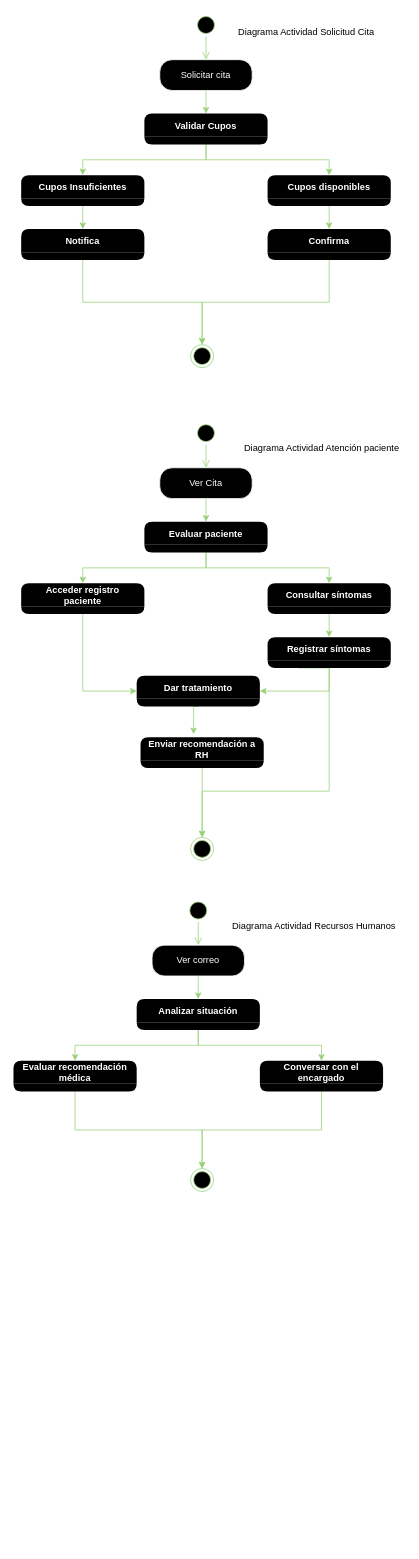
ElJason/Draw_Diagramas keeps this draw.io diagram as page "Actividades" (4 of 5) of ProyectoING.Softwarell/CasosdeUso.drawio. Above is the earlier version. Source tidied: cells renumbered, new cells numbered last; positions are measured from the earlier drawing's top-left corner, leaving out a move shared by most shapes. Both pictures are drawn from the tidied source at 77%, with x=0, y=0 at pixel (13, 13).
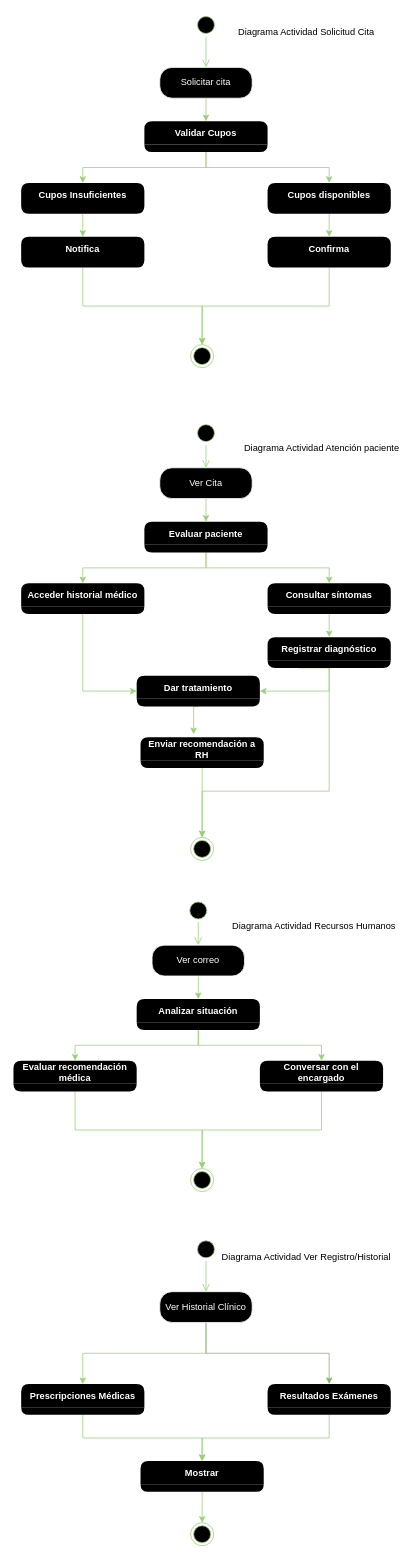
The same page after the edit.

Change to the diagram source:
```diff
@@
     <mxCell id="5" value="Solicitar cita" style="rounded=1;whiteSpace=wrap;html=1;arcSize=40;fontColor=#ffffff;fillColor=#000000;strokeColor=#FFFFFF;" parent="1" vertex="1">
-      <mxGeometry x="190" y="60" width="120" height="40" as="geometry" />
+      <mxGeometry x="190" y="70" width="120" height="40" as="geometry" />
     </mxCell>
@@
     <mxCell id="8" value="Cupos Insuficientes" style="swimlane;fontStyle=1;align=center;verticalAlign=middle;horizontal=1;startSize=30;fontColor=#FFFFFF;rounded=1;arcSize=50;strokeColor=none;fillColor=#000000;swimlaneFillColor=#000000;" parent="1" vertex="1">
-      <mxGeometry x="10" y="210" width="160" height="40" as="geometry" />
+      <mxGeometry x="10" y="220" width="160" height="40" as="geometry" />
     </mxCell>
@@
     <mxCell id="11" value="Validar Cupos" style="swimlane;fontStyle=1;align=center;verticalAlign=middle;horizontal=1;startSize=30;fontColor=#FFFFFF;rounded=1;arcSize=50;strokeColor=none;fillColor=#000000;swimlaneFillColor=#000000;" parent="1" vertex="1">
-      <mxGeometry x="170" y="130" width="160" height="40" as="geometry" />
+      <mxGeometry x="170" y="140" width="160" height="40" as="geometry" />
     </mxCell>
@@
     <mxCell id="13" value="Cupos disponibles" style="swimlane;fontStyle=1;align=center;verticalAlign=middle;horizontal=1;startSize=30;fontColor=#FFFFFF;rounded=1;arcSize=50;strokeColor=none;fillColor=#000000;swimlaneFillColor=#000000;" parent="1" vertex="1">
-      <mxGeometry x="330" y="210" width="160" height="40" as="geometry" />
+      <mxGeometry x="330" y="220" width="160" height="40" as="geometry" />
     </mxCell>
@@
     <mxCell id="15" value="Notifica" style="swimlane;fontStyle=1;align=center;verticalAlign=middle;horizontal=1;startSize=30;fontColor=#FFFFFF;rounded=1;arcSize=50;strokeColor=none;fillColor=#000000;swimlaneFillColor=#000000;" parent="1" vertex="1">
-      <mxGeometry x="10" y="280" width="160" height="40" as="geometry" />
+      <mxGeometry x="10" y="290" width="160" height="40" as="geometry" />
     </mxCell>
@@
     <mxCell id="17" value="Confirma" style="swimlane;fontStyle=1;align=center;verticalAlign=middle;horizontal=1;startSize=30;fontColor=#FFFFFF;rounded=1;arcSize=50;strokeColor=none;fillColor=#000000;swimlaneFillColor=#000000;" parent="1" vertex="1">
-      <mxGeometry x="330" y="280" width="160" height="40" as="geometry" />
+      <mxGeometry x="330" y="290" width="160" height="40" as="geometry" />
     </mxCell>
@@
-    <mxCell id="25" value="Acceder registro&#10;paciente" style="swimlane;fontStyle=1;align=center;verticalAlign=middle;horizontal=1;startSize=30;fontColor=#FFFFFF;rounded=1;arcSize=50;strokeColor=none;fillColor=#000000;swimlaneFillColor=#000000;" parent="1" vertex="1">
+    <mxCell id="25" value="Acceder historial médico" style="swimlane;fontStyle=1;align=center;verticalAlign=middle;horizontal=1;startSize=30;fontColor=#FFFFFF;rounded=1;arcSize=50;strokeColor=none;fillColor=#000000;swimlaneFillColor=#000000;" parent="1" vertex="1">
       <mxGeometry x="10" y="740" width="160" height="40" as="geometry" />
     </mxCell>
@@
-    <mxCell id="33" value="Registrar síntomas" style="swimlane;fontStyle=1;align=center;verticalAlign=middle;horizontal=1;startSize=30;fontColor=#FFFFFF;rounded=1;arcSize=50;strokeColor=none;fillColor=#000000;swimlaneFillColor=#000000;" parent="1" vertex="1">
+    <mxCell id="33" value="Registrar diagnóstico" style="swimlane;fontStyle=1;align=center;verticalAlign=middle;horizontal=1;startSize=30;fontColor=#FFFFFF;rounded=1;arcSize=50;strokeColor=none;fillColor=#000000;swimlaneFillColor=#000000;" parent="1" vertex="1">
       <mxGeometry x="330" y="810" width="160" height="40" as="geometry" />
     </mxCell>
@@
+    <mxCell id="52" style="ellipse;html=1;shape=startState;fillColor=#000000;strokeColor=#97D077;" parent="1" vertex="1">
+      <mxGeometry x="235" y="1590" width="30" height="30" as="geometry" />
+    </mxCell>
+    <mxCell id="53" style="edgeStyle=orthogonalEdgeStyle;html=1;verticalAlign=bottom;endArrow=open;endSize=8;strokeColor=#97D077;rounded=0;entryX=0.5;entryY=0;entryDx=0;entryDy=0;" parent="1" edge="1" source="52" target="56">
+      <mxGeometry relative="1" as="geometry" />
+    </mxCell>
+    <mxCell id="54" style="edgeStyle=orthogonalEdgeStyle;rounded=0;jettySize=auto;html=1;exitX=0.5;exitY=1;exitDx=0;exitDy=0;strokeColor=#97D077;fontColor=#ffffff;entryX=0.5;entryY=0;entryDx=0;entryDy=0;" parent="1" edge="1" source="56" target="59">
+      <mxGeometry relative="1" as="geometry" />
+    </mxCell>
+    <mxCell id="55" style="edgeStyle=orthogonalEdgeStyle;rounded=0;jettySize=auto;html=1;entryX=0.5;entryY=0;entryDx=0;entryDy=0;fillColor=#d5e8d4;strokeColor=#82b366;" parent="1" edge="1" source="56" target="61">
+      <mxGeometry relative="1" as="geometry">
+        <Array as="points">
+          <mxPoint x="250" y="1740" />
+          <mxPoint x="410" y="1740" />
+        </Array>
+      </mxGeometry>
+    </mxCell>
+    <mxCell id="56" value="Ver Historial Clínico" style="rounded=1;whiteSpace=wrap;html=1;arcSize=40;fontColor=#ffffff;fillColor=#000000;strokeColor=#FFFFFF;" parent="1" vertex="1">
+      <mxGeometry x="190" y="1660" width="120" height="40" as="geometry" />
+    </mxCell>
+    <mxCell id="57" style="ellipse;html=1;shape=endState;fillColor=#000000;strokeColor=#97D077;" parent="1" vertex="1">
+      <mxGeometry x="230" y="1960" width="30" height="30" as="geometry" />
+    </mxCell>
+    <mxCell id="58" style="edgeStyle=orthogonalEdgeStyle;rounded=0;jettySize=auto;html=1;exitX=0.5;exitY=1;exitDx=0;exitDy=0;entryX=0.5;entryY=0;entryDx=0;entryDy=0;strokeColor=#97D077;fontColor=#ffffff;" parent="1" edge="1" source="59" target="63">
+      <mxGeometry relative="1" as="geometry" />
+    </mxCell>
+    <mxCell id="59" value="Prescripciones Médicas" style="swimlane;fontStyle=1;align=center;verticalAlign=middle;horizontal=1;startSize=30;fontColor=#FFFFFF;rounded=1;arcSize=50;strokeColor=none;fillColor=#000000;swimlaneFillColor=#000000;" parent="1" vertex="1">
+      <mxGeometry x="10" y="1780" width="160" height="40" as="geometry" />
+    </mxCell>
+    <mxCell id="60" style="edgeStyle=orthogonalEdgeStyle;rounded=0;jettySize=auto;html=1;exitX=0.5;exitY=1;exitDx=0;exitDy=0;entryX=0.5;entryY=0;entryDx=0;entryDy=0;strokeColor=#97D077;fontColor=#ffffff;" parent="1" edge="1" source="61" target="63">
+      <mxGeometry relative="1" as="geometry" />
+    </mxCell>
+    <mxCell id="61" value="Resultados Exámenes" style="swimlane;fontStyle=1;align=center;verticalAlign=middle;horizontal=1;startSize=30;fontColor=#FFFFFF;rounded=1;arcSize=50;strokeColor=none;fillColor=#000000;swimlaneFillColor=#000000;" parent="1" vertex="1">
+      <mxGeometry x="330" y="1780" width="160" height="40" as="geometry" />
+    </mxCell>
+    <mxCell id="62" style="edgeStyle=orthogonalEdgeStyle;rounded=0;jettySize=auto;html=1;exitX=0.5;exitY=1;exitDx=0;exitDy=0;entryX=0.5;entryY=0;entryDx=0;entryDy=0;strokeColor=#97D077;fontColor=#ffffff;" parent="1" edge="1" source="63" target="57">
+      <mxGeometry relative="1" as="geometry" />
+    </mxCell>
+    <mxCell id="63" value="Mostrar" style="swimlane;fontStyle=1;align=center;verticalAlign=middle;horizontal=1;startSize=30;fontColor=#FFFFFF;rounded=1;arcSize=50;strokeColor=none;fillColor=#000000;swimlaneFillColor=#000000;" parent="1" vertex="1">
+      <mxGeometry x="165" y="1880" width="160" height="40" as="geometry" />
+    </mxCell>
+    <mxCell id="64" value="Diagrama Actividad Ver Registro/Historial" style="text;html=1;align=center;verticalAlign=middle;strokeColor=none;fillColor=none;" parent="1" vertex="1">
+      <mxGeometry x="260" y="1600" width="240" height="30" as="geometry" />
+    </mxCell>
```
